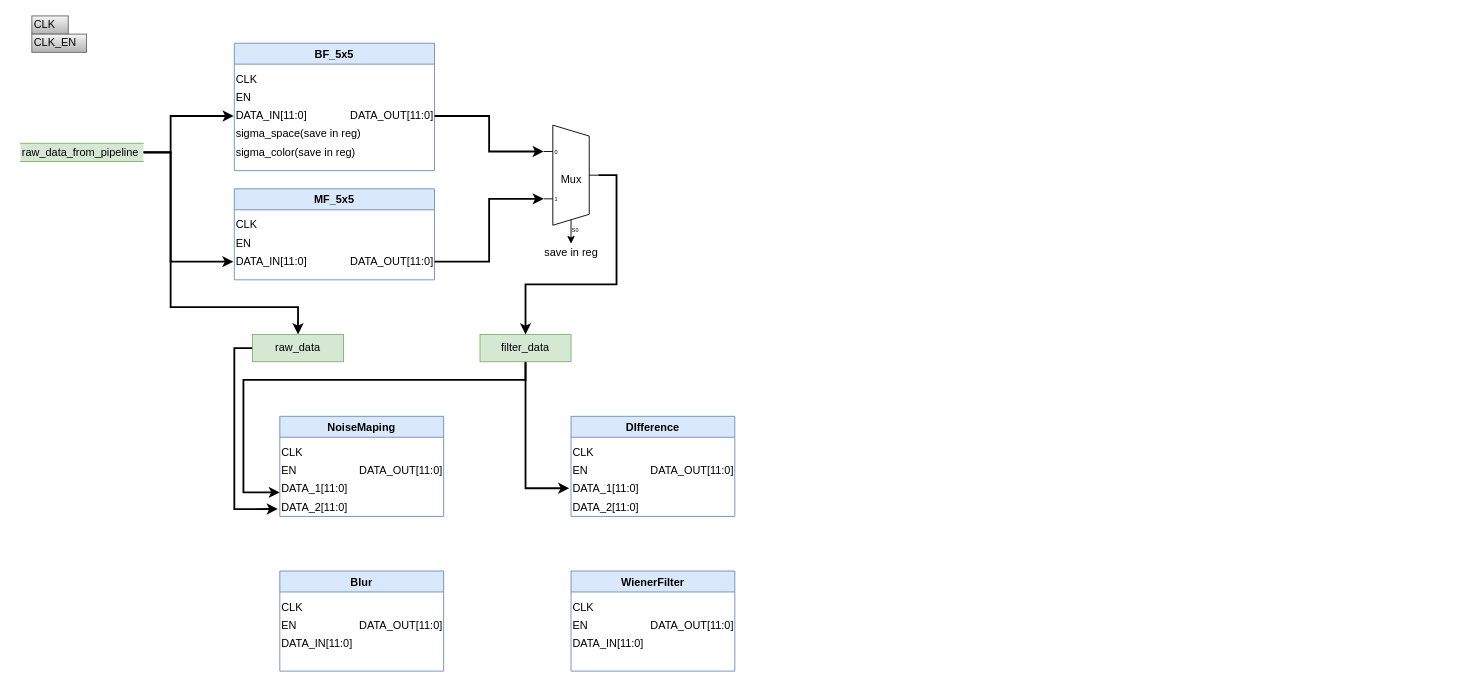
The draw.io diagram page "ModulePartation" (2 of 2) of 3DNR/3DNR_hardware.drawio in sustcsugar/draw.io, before the edit. Source tidied: cells renumbered, new cells numbered last; positions are measured from the earlier drawing's top-left corner, leaving out a move shared by most shapes. Both pictures are drawn from the tidied source at 91%, with x=0, y=0 at pixel (20, 15).
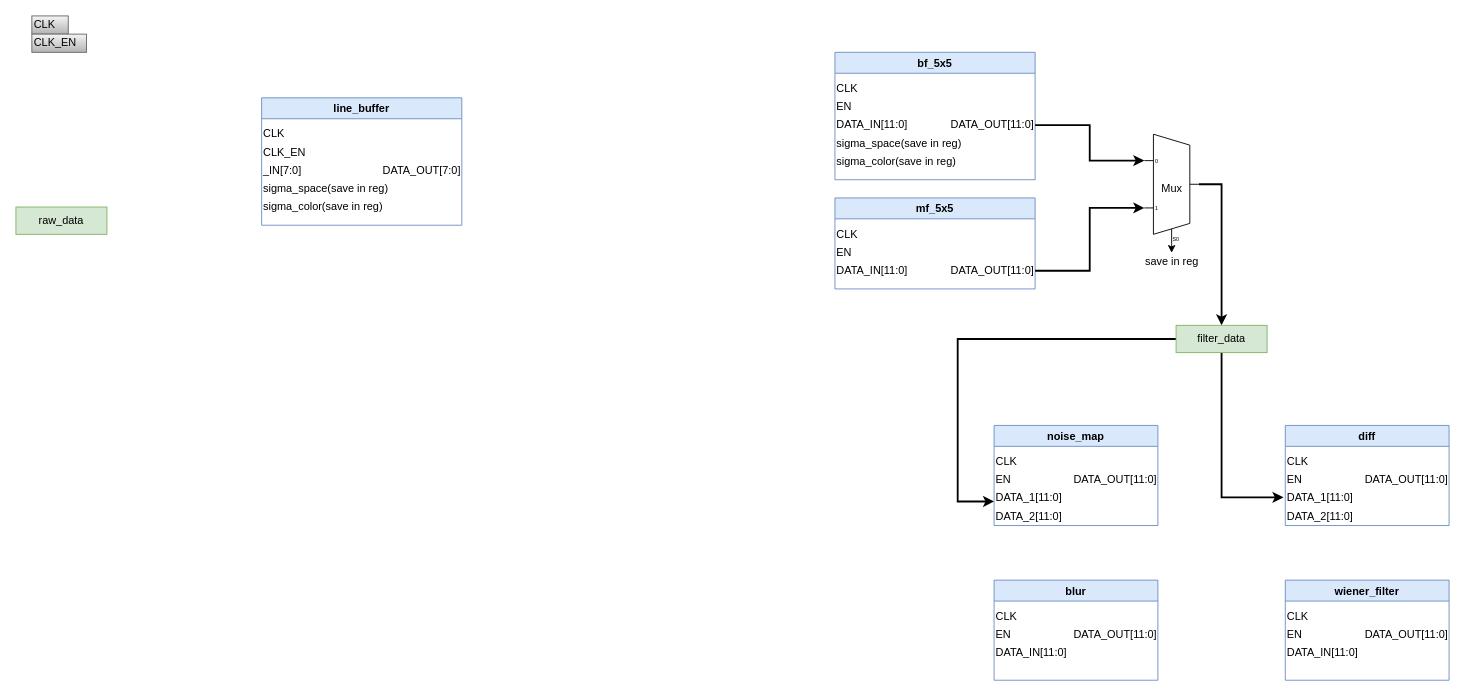
Above is the later version.

The change refers to these unchanged cells:
```xml
<mxCell id="5" value="DATA_IN[11:0]" style="text;html=1;align=left;verticalAlign=middle;points=[];strokeColor=none;fillColor=none;" parent="2" vertex="1">
  <mxGeometry y="70" width="90" height="20" as="geometry" />
</mxCell>
<mxCell id="12" value="DATA_IN[11:0]" style="text;html=1;align=left;verticalAlign=middle;points=[];strokeColor=none;fillColor=none;" parent="9" vertex="1">
  <mxGeometry y="70" width="90" height="20" as="geometry" />
</mxCell>
<mxCell id="34" value="DATA_1[11:0]" style="text;html=1;align=left;verticalAlign=middle;points=[];strokeColor=none;fillColor=none;" parent="31" vertex="1">
  <mxGeometry y="70" width="90" height="20" as="geometry" />
</mxCell>
<mxCell id="36" value="DATA_2[11:0]" style="text;html=1;align=left;verticalAlign=middle;points=[];strokeColor=none;fillColor=none;" parent="31" vertex="1">
  <mxGeometry y="90" width="90" height="20" as="geometry" />
</mxCell>
<mxCell id="40" value="DATA_1[11:0]" style="text;html=1;align=left;verticalAlign=middle;points=[];strokeColor=none;fillColor=none;" parent="37" vertex="1">
  <mxGeometry y="70" width="90" height="20" as="geometry" />
</mxCell>
```

Change to the diagram source:
```diff
@@
-    <mxCell id="2" value="BF_5x5" style="swimlane;fillColor=#dae8fc;strokeColor=#6c8ebf;" parent="1" vertex="1">
-      <mxGeometry x="235" y="30" width="220" height="140" as="geometry" />
+    <mxCell id="2" value="bf_5x5" style="swimlane;fillColor=#dae8fc;strokeColor=#6c8ebf;startSize=23;" parent="1" vertex="1">
+      <mxGeometry x="895" y="40" width="220" height="140" as="geometry" />
     </mxCell>
@@
-    <mxCell id="9" value="MF_5x5" style="swimlane;fillColor=#dae8fc;strokeColor=#6c8ebf;" parent="1" vertex="1">
-      <mxGeometry x="235" y="190" width="220" height="100" as="geometry" />
+    <mxCell id="9" value="mf_5x5" style="swimlane;fillColor=#dae8fc;strokeColor=#6c8ebf;" parent="1" vertex="1">
+      <mxGeometry x="895" y="200" width="220" height="100" as="geometry" />
     </mxCell>
@@
     <mxCell id="16" value="Mux" style="shadow=0;dashed=0;align=center;html=1;strokeWidth=1;shape=mxgraph.electrical.abstract.mux2;" parent="1" vertex="1">
-      <mxGeometry x="575" y="120" width="60" height="120" as="geometry" />
+      <mxGeometry x="1235" y="130" width="60" height="120" as="geometry" />
     </mxCell>
@@
-    <mxCell id="19" style="edgeStyle=orthogonalEdgeStyle;rounded=0;jettySize=auto;html=1;entryX=-0.007;entryY=0.5;entryDx=0;entryDy=0;entryPerimeter=0;strokeWidth=2;" parent="1" edge="1" source="22" target="5">
-      <mxGeometry relative="1" as="geometry">
-        <Array as="points">
-          <mxPoint x="165" y="150" />
-          <mxPoint x="165" y="110" />
-        </Array>
-      </mxGeometry>
-    </mxCell>
-    <mxCell id="20" style="edgeStyle=orthogonalEdgeStyle;rounded=0;jettySize=auto;html=1;entryX=-0.011;entryY=0.5;entryDx=0;entryDy=0;entryPerimeter=0;strokeWidth=2;" parent="1" edge="1" source="22" target="12">
-      <mxGeometry relative="1" as="geometry">
-        <Array as="points">
-          <mxPoint x="165" y="150" />
-          <mxPoint x="165" y="270" />
-        </Array>
-      </mxGeometry>
-    </mxCell>
-    <mxCell id="21" style="edgeStyle=orthogonalEdgeStyle;rounded=0;jettySize=auto;html=1;entryX=0.5;entryY=0;entryDx=0;entryDy=0;strokeWidth=2;" parent="1" edge="1" source="22" target="27">
-      <mxGeometry relative="1" as="geometry">
-        <Array as="points">
-          <mxPoint x="165" y="150" />
-          <mxPoint x="165" y="320" />
-          <mxPoint x="305" y="320" />
-        </Array>
-      </mxGeometry>
-    </mxCell>
-    <mxCell id="22" value="raw_data_from_pipeline" style="shape=partialRectangle;whiteSpace=wrap;html=1;left=0;right=0;fillColor=#d5e8d4;align=left;strokeColor=#82b366;" parent="1" vertex="1">
-      <mxGeometry y="140" width="135" height="20" as="geometry" />
-    </mxCell>
     <mxCell id="23" style="edgeStyle=orthogonalEdgeStyle;rounded=0;jettySize=auto;html=1;entryX=0;entryY=0.68;entryDx=0;entryDy=0;entryPerimeter=0;strokeWidth=2;" parent="1" edge="1" source="25" target="34">
       <mxGeometry relative="1" as="geometry">
         <Array as="points">
-          <mxPoint x="555" y="400" />
-          <mxPoint x="245" y="400" />
-          <mxPoint x="245" y="524" />
+          <mxPoint x="1029.9" y="355" />
+          <mxPoint x="1029.9" y="534" />
         </Array>
       </mxGeometry>
     </mxCell>
     <mxCell id="24" style="edgeStyle=orthogonalEdgeStyle;rounded=0;jettySize=auto;html=1;entryX=-0.022;entryY=0.45;entryDx=0;entryDy=0;entryPerimeter=0;strokeWidth=2;" parent="1" edge="1" source="25" target="40">
       <mxGeometry relative="1" as="geometry">
         <Array as="points">
-          <mxPoint x="555" y="519" />
+          <mxPoint x="1319.9" y="529" />
         </Array>
       </mxGeometry>
     </mxCell>
     <mxCell id="25" value="filter_data" style="rounded=0;whiteSpace=wrap;html=1;align=center;fillColor=#d5e8d4;strokeColor=#82b366;" parent="1" vertex="1">
-      <mxGeometry x="505" y="350" width="100" height="30" as="geometry" />
+      <mxGeometry x="1269.9" y="340" width="100" height="30" as="geometry" />
     </mxCell>
-    <mxCell id="26" style="edgeStyle=orthogonalEdgeStyle;rounded=0;jettySize=auto;html=1;entryX=-0.024;entryY=0.593;entryDx=0;entryDy=0;entryPerimeter=0;strokeWidth=2;" parent="1" edge="1" source="27" target="36">
-      <mxGeometry relative="1" as="geometry">
-        <Array as="points">
-          <mxPoint x="235" y="365" />
-          <mxPoint x="235" y="542" />
-        </Array>
-      </mxGeometry>
-    </mxCell>
     <mxCell id="27" value="raw_data" style="rounded=0;whiteSpace=wrap;html=1;align=center;fillColor=#d5e8d4;strokeColor=#82b366;" parent="1" vertex="1">
-      <mxGeometry x="255" y="350" width="100" height="30" as="geometry" />
+      <mxGeometry x="-5" y="210" width="100" height="30" as="geometry" />
     </mxCell>
@@
     <mxCell id="30" value="save in reg" style="text;html=1;align=center;verticalAlign=middle;points=[];strokeColor=none;fillColor=none;" parent="1" vertex="1">
-      <mxGeometry x="570" y="250" width="70" height="20" as="geometry" />
+      <mxGeometry x="1230" y="260" width="70" height="20" as="geometry" />
     </mxCell>
-    <mxCell id="31" value="NoiseMaping" style="swimlane;align=center;fillColor=#dae8fc;strokeColor=#6c8ebf;" parent="1" vertex="1">
-      <mxGeometry x="285" y="440" width="180" height="110" as="geometry" />
+    <mxCell id="31" value="noise_map" style="swimlane;align=center;fillColor=#dae8fc;strokeColor=#6c8ebf;" parent="1" vertex="1">
+      <mxGeometry x="1069.9" y="450" width="180" height="110" as="geometry" />
     </mxCell>
@@
-    <mxCell id="37" value="DIfference" style="swimlane;align=center;fillColor=#dae8fc;strokeColor=#6c8ebf;" parent="1" vertex="1">
-      <mxGeometry x="605" y="440" width="180" height="110" as="geometry" />
+    <mxCell id="37" value="diff" style="swimlane;align=center;fillColor=#dae8fc;strokeColor=#6c8ebf;" parent="1" vertex="1">
+      <mxGeometry x="1389.9" y="450" width="180" height="110" as="geometry" />
     </mxCell>
@@
-    <mxCell id="43" value="WienerFilter" style="swimlane;fillColor=#dae8fc;strokeColor=#6c8ebf;" parent="1" vertex="1">
-      <mxGeometry x="605" y="610" width="180" height="110" as="geometry" />
+    <mxCell id="43" value="wiener_filter" style="swimlane;fillColor=#dae8fc;strokeColor=#6c8ebf;" parent="1" vertex="1">
+      <mxGeometry x="1389.9" y="620" width="180" height="110" as="geometry" />
     </mxCell>
@@
-    <mxCell id="48" value="Blur" style="swimlane;fillColor=#dae8fc;strokeColor=#6c8ebf;" parent="1" vertex="1">
-      <mxGeometry x="285" y="610" width="180" height="110" as="geometry" />
+    <mxCell id="48" value="blur" style="swimlane;fillColor=#dae8fc;strokeColor=#6c8ebf;startSize=23;" parent="1" vertex="1">
+      <mxGeometry x="1069.9" y="620" width="180" height="110" as="geometry" />
     </mxCell>
@@
+    <mxCell id="53" value="line_buffer" style="swimlane;fillColor=#dae8fc;strokeColor=#6c8ebf;startSize=23;" parent="1" vertex="1">
+      <mxGeometry x="265" y="90" width="220" height="140" as="geometry" />
+    </mxCell>
+    <mxCell id="54" value="CLK" style="text;html=1;align=left;verticalAlign=middle;strokeColor=none;fillColor=none;" parent="53" vertex="1">
+      <mxGeometry y="30" width="40" height="20" as="geometry" />
+    </mxCell>
+    <mxCell id="55" value="CLK_EN" style="text;html=1;align=left;verticalAlign=middle;strokeColor=none;fillColor=none;" parent="53" vertex="1">
+      <mxGeometry y="50" width="60" height="20" as="geometry" />
+    </mxCell>
+    <mxCell id="56" value="_IN[7:0]" style="text;html=1;align=left;verticalAlign=middle;strokeColor=none;fillColor=none;" parent="53" vertex="1">
+      <mxGeometry y="70" width="60" height="20" as="geometry" />
+    </mxCell>
+    <mxCell id="57" value="DATA_OUT[7:0]" style="text;html=1;align=right;verticalAlign=middle;strokeColor=none;fillColor=none;" parent="53" vertex="1">
+      <mxGeometry x="120" y="70" width="100" height="20" as="geometry" />
+    </mxCell>
+    <mxCell id="58" value="sigma_space(save in reg)" style="text;html=1;align=left;verticalAlign=middle;strokeColor=none;fillColor=none;" parent="53" vertex="1">
+      <mxGeometry y="90" width="150" height="20" as="geometry" />
+    </mxCell>
+    <mxCell id="59" value="sigma_color(save in reg)" style="text;html=1;align=left;verticalAlign=middle;strokeColor=none;fillColor=none;" parent="53" vertex="1">
+      <mxGeometry y="110" width="150" height="20" as="geometry" />
+    </mxCell>
```
